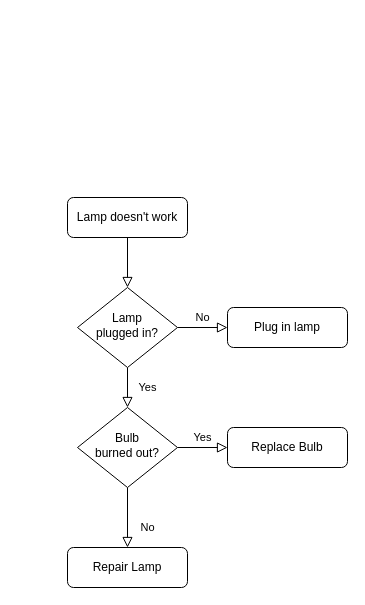
Before: 活动报告.drawio in DThadch/draw, a draw.io diagram. Source tidied: cells renumbered, new cells numbered last; positions are measured from the earlier drawing's top-left corner, leaving out a move shared by most shapes. Both pictures are drawn from the tidied source at 100%, with x=0, y=0 at pixel (67, 197).
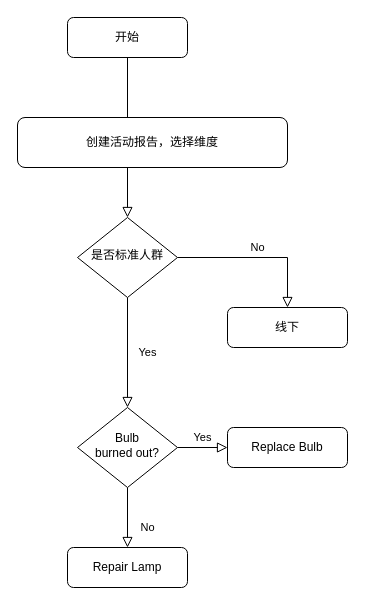
The same page after the edit.

Commit message (it also covers changes not shown here):
更新活动报告.drawio

The edit, as a diff of the source:
```diff
@@
 <mxGraphModel>
   <root>
     <mxCell id="0" />
     <mxCell id="1" parent="0" />
     <mxCell id="2" style="rounded=0;html=1;jettySize=auto;fontSize=11;endArrow=block;endFill=0;endSize=8;strokeWidth=1;shadow=0;labelBackgroundColor=none;edgeStyle=orthogonalEdgeStyle;" parent="1" edge="1" source="3" target="6">
       <mxGeometry relative="1" as="geometry" />
     </mxCell>
-    <mxCell id="3" value="Lamp doesn't work" style="rounded=1;whiteSpace=wrap;html=1;fontSize=12;glass=0;strokeWidth=1;shadow=0;" parent="1" vertex="1">
-      <mxGeometry width="120" height="40" as="geometry" />
+    <mxCell id="3" value="开始" style="rounded=1;whiteSpace=wrap;html=1;fontSize=12;glass=0;strokeWidth=1;shadow=0;" parent="1" vertex="1">
+      <mxGeometry y="-180" width="120" height="40" as="geometry" />
     </mxCell>
     <mxCell id="4" value="Yes" style="rounded=0;html=1;jettySize=auto;fontSize=11;endArrow=block;endFill=0;endSize=8;strokeWidth=1;shadow=0;labelBackgroundColor=none;edgeStyle=orthogonalEdgeStyle;" parent="1" edge="1" source="6" target="10">
       <mxGeometry y="20" relative="1" as="geometry" />
     </mxCell>
     <mxCell id="5" value="No" style="edgeStyle=orthogonalEdgeStyle;rounded=0;html=1;jettySize=auto;fontSize=11;endArrow=block;endFill=0;endSize=8;strokeWidth=1;shadow=0;labelBackgroundColor=none;" parent="1" edge="1" source="6" target="7">
       <mxGeometry y="10" relative="1" as="geometry" />
     </mxCell>
-    <mxCell id="6" value="Lamp&lt;br&gt;plugged in?" style="rhombus;whiteSpace=wrap;html=1;shadow=0;fontFamily=Helvetica;fontSize=12;align=center;strokeWidth=1;spacing=6;spacingTop=-4;" parent="1" vertex="1">
-      <mxGeometry x="10" y="90" width="100" height="80" as="geometry" />
+    <mxCell id="6" value="是否标准人群" style="rhombus;whiteSpace=wrap;html=1;shadow=0;fontFamily=Helvetica;fontSize=12;align=center;strokeWidth=1;spacing=6;spacingTop=-4;" parent="1" vertex="1">
+      <mxGeometry x="10" y="20" width="100" height="80" as="geometry" />
     </mxCell>
-    <mxCell id="7" value="Plug in lamp" style="rounded=1;whiteSpace=wrap;html=1;fontSize=12;glass=0;strokeWidth=1;shadow=0;" parent="1" vertex="1">
+    <mxCell id="7" value="线下" style="rounded=1;whiteSpace=wrap;html=1;fontSize=12;glass=0;strokeWidth=1;shadow=0;" parent="1" vertex="1">
       <mxGeometry x="160" y="110" width="120" height="40" as="geometry" />
     </mxCell>
     <mxCell id="8" value="No" style="rounded=0;html=1;jettySize=auto;fontSize=11;endArrow=block;endFill=0;endSize=8;strokeWidth=1;shadow=0;labelBackgroundColor=none;edgeStyle=orthogonalEdgeStyle;" parent="1" edge="1" source="10" target="11">
       <mxGeometry x="0.33" y="20" relative="1" as="geometry" />
     </mxCell>
     <mxCell id="9" value="Yes" style="edgeStyle=orthogonalEdgeStyle;rounded=0;html=1;jettySize=auto;fontSize=11;endArrow=block;endFill=0;endSize=8;strokeWidth=1;shadow=0;labelBackgroundColor=none;" parent="1" edge="1" source="10" target="12">
       <mxGeometry y="10" relative="1" as="geometry" />
     </mxCell>
     <mxCell id="10" value="Bulb&lt;br&gt;burned out?" style="rhombus;whiteSpace=wrap;html=1;shadow=0;fontFamily=Helvetica;fontSize=12;align=center;strokeWidth=1;spacing=6;spacingTop=-4;" parent="1" vertex="1">
       <mxGeometry x="10" y="210" width="100" height="80" as="geometry" />
     </mxCell>
     <mxCell id="11" value="Repair Lamp" style="rounded=1;whiteSpace=wrap;html=1;fontSize=12;glass=0;strokeWidth=1;shadow=0;" parent="1" vertex="1">
       <mxGeometry y="350" width="120" height="40" as="geometry" />
     </mxCell>
     <mxCell id="12" value="Replace Bulb" style="rounded=1;whiteSpace=wrap;html=1;fontSize=12;glass=0;strokeWidth=1;shadow=0;" parent="1" vertex="1">
       <mxGeometry x="160" y="230" width="120" height="40" as="geometry" />
     </mxCell>
+    <mxCell id="13" value="创建活动报告，选择维度" style="rounded=1;whiteSpace=wrap;html=1;fontSize=12;glass=0;strokeWidth=1;shadow=0;" parent="1" vertex="1">
+      <mxGeometry x="-50" y="-80" width="270" height="50" as="geometry" />
+    </mxCell>
   </root>
 </mxGraphModel>
```
